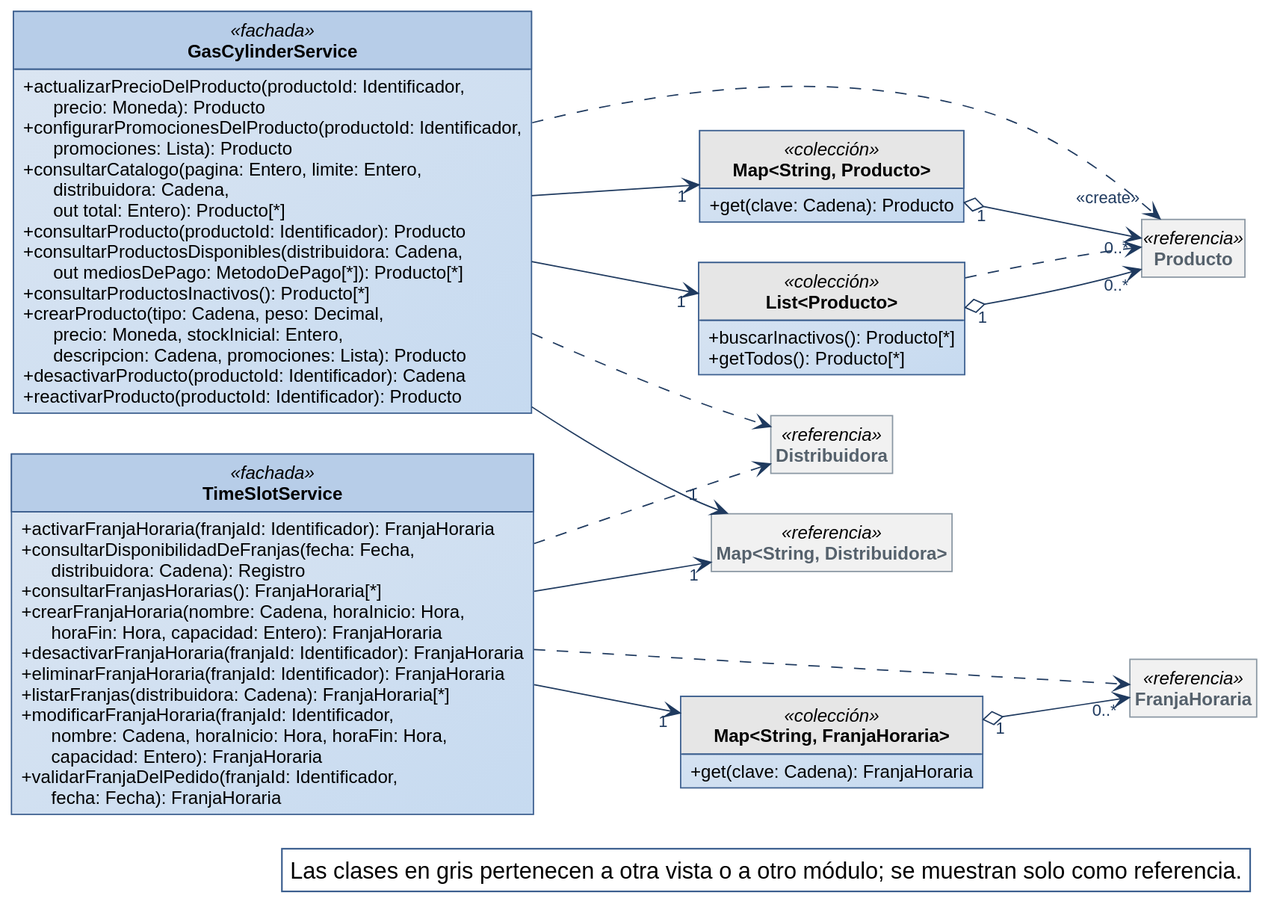
The PlantUML diagram diagramas/clases-diseno/DC_Mod_Productos-y-franjas.svg in Nahuelito-Dev/splg-docs, before a commit. The source it was exported from:
```plantuml
@startuml
!include ../estilo-vp.iuml
skinparam nodesep 40
skinparam ranksep 55
skinparam genericDisplay old
skinparam class<<referencia>> {
  BackgroundColor #F1F1F1
  BorderColor #8A97A3
  FontColor #55616C
}
skinparam class<<fachada>> {
  HeaderBackgroundColor #B7CDE8
}
skinparam class<<controlador>> {
  HeaderBackgroundColor #B7CDE8
}
skinparam class<<fabricación pura>> {
  HeaderBackgroundColor #E4ECF6
}
skinparam class<<colección>> {
  HeaderBackgroundColor #E6E6E6
}
skinparam class<<adaptador>> {
  HeaderBackgroundColor #D5E3F3
}
skinparam packageStyle rectangle
hide circle
hide empty members

left to right direction
skinparam nodesep 25
skinparam ranksep 90
class GasCylinderService <<fachada>> {
  + actualizarPrecioDelProducto(productoId: Identificador,\n      precio: Moneda): Producto
  + configurarPromocionesDelProducto(productoId: Identificador,\n      promociones: Lista): Producto
  + consultarCatalogo(pagina: Entero, limite: Entero,\n      distribuidora: Cadena,\n      out total: Entero): Producto[*]
  + consultarProducto(productoId: Identificador): Producto
  + consultarProductosDisponibles(distribuidora: Cadena,\n      out mediosDePago: MetodoDePago[*]): Producto[*]
  + consultarProductosInactivos(): Producto[*]
  + crearProducto(tipo: Cadena, peso: Decimal,\n      precio: Moneda, stockInicial: Entero,\n      descripcion: Cadena, promociones: Lista): Producto
  + desactivarProducto(productoId: Identificador): Cadena
  + reactivarProducto(productoId: Identificador): Producto
}
class "Map<String, Producto>" as Map_String_Producto <<colección>> {
  + get(clave: Cadena): Producto
}
class "List<Producto>" as List_Producto <<colección>> {
  + buscarInactivos(): Producto[*]
  + getTodos(): Producto[*]
}
class TimeSlotService <<fachada>> {
  + activarFranjaHoraria(franjaId: Identificador): FranjaHoraria
  + consultarDisponibilidadDeFranjas(fecha: Fecha,\n      distribuidora: Cadena): Registro
  + consultarFranjasHorarias(): FranjaHoraria[*]
  + crearFranjaHoraria(nombre: Cadena, horaInicio: Hora,\n      horaFin: Hora, capacidad: Entero): FranjaHoraria
  + desactivarFranjaHoraria(franjaId: Identificador): FranjaHoraria
  + eliminarFranjaHoraria(franjaId: Identificador): FranjaHoraria
  + listarFranjas(distribuidora: Cadena): FranjaHoraria[*]
  + modificarFranjaHoraria(franjaId: Identificador,\n      nombre: Cadena, horaInicio: Hora, horaFin: Hora,\n      capacidad: Entero): FranjaHoraria
  + validarFranjaDelPedido(franjaId: Identificador,\n      fecha: Fecha): FranjaHoraria
}
class "Map<String, FranjaHoraria>" as Map_String_FranjaHoraria <<colección>> {
  + get(clave: Cadena): FranjaHoraria
}
class Producto <<referencia>>
class FranjaHoraria <<referencia>>
class "Map<String, Distribuidora>" as Map_String_Distribuidora <<referencia>>
class Distribuidora <<referencia>>

Map_String_Producto "1" o--> "0..*" Producto
Map_String_FranjaHoraria "1" o--> "0..*" FranjaHoraria
List_Producto "1" o--> "0..*" Producto
GasCylinderService --> "1" List_Producto
GasCylinderService --> "1" Map_String_Distribuidora
GasCylinderService --> "1" Map_String_Producto
TimeSlotService --> "1" Map_String_Distribuidora
TimeSlotService --> "1" Map_String_FranjaHoraria
GasCylinderService ..> Distribuidora
GasCylinderService ..> "<<create>>" Producto
List_Producto ..> Producto
TimeSlotService ..> Distribuidora
TimeSlotService ..> FranjaHoraria

legend bottom right
  Las clases en gris pertenecen a otra vista o a otro módulo; se muestran solo como referencia.
endlegend
@enduml
```
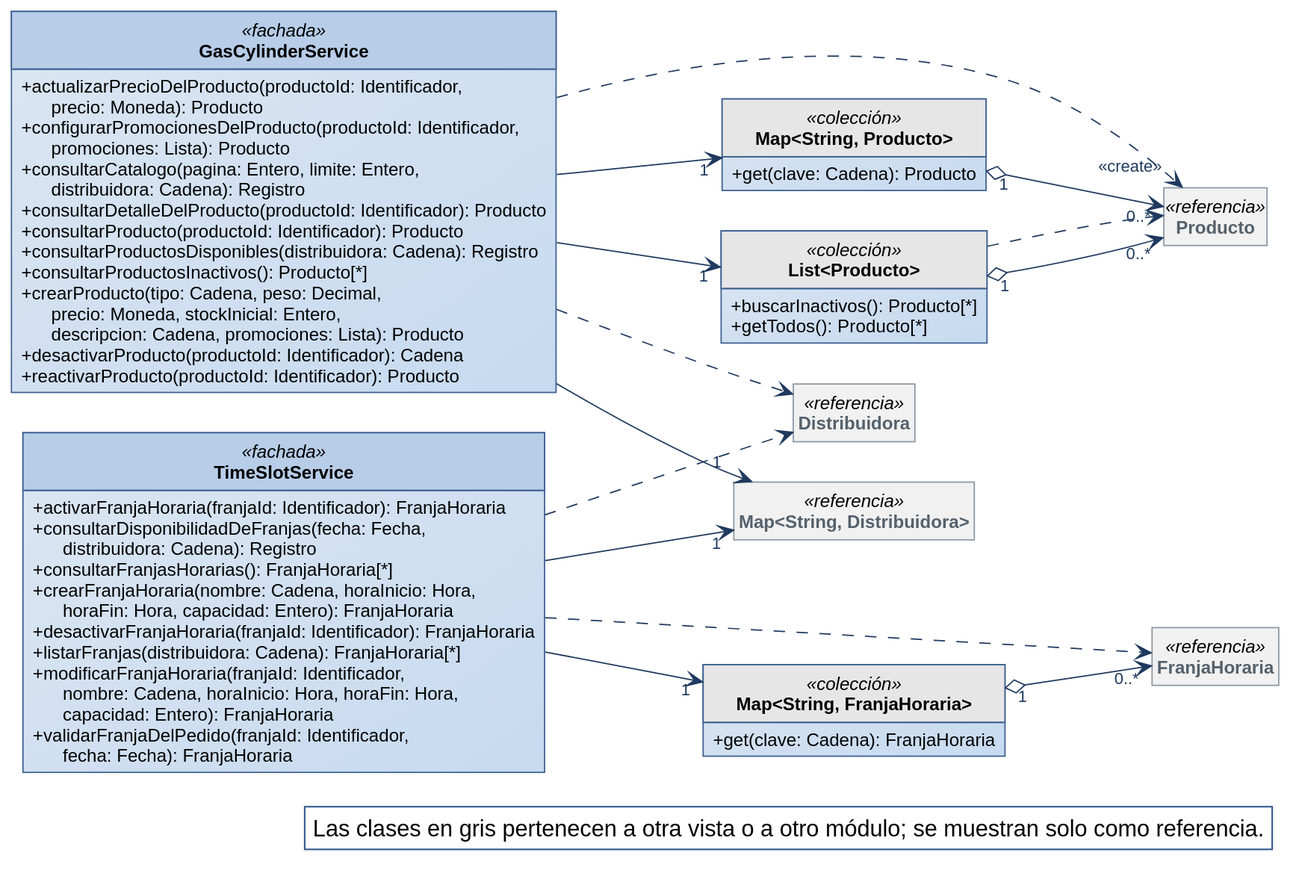
The same file after the commit.

Change to the diagram source:
```diff
@@ -33,9 +33,10 @@
 class GasCylinderService <<fachada>> {
   + actualizarPrecioDelProducto(productoId: Identificador,\n      precio: Moneda): Producto
   + configurarPromocionesDelProducto(productoId: Identificador,\n      promociones: Lista): Producto
-  + consultarCatalogo(pagina: Entero, limite: Entero,\n      distribuidora: Cadena,\n      out total: Entero): Producto[*]
+  + consultarCatalogo(pagina: Entero, limite: Entero,\n      distribuidora: Cadena): Registro
+  + consultarDetalleDelProducto(productoId: Identificador): Producto
   + consultarProducto(productoId: Identificador): Producto
-  + consultarProductosDisponibles(distribuidora: Cadena,\n      out mediosDePago: MetodoDePago[*]): Producto[*]
+  + consultarProductosDisponibles(distribuidora: Cadena): Registro
   + consultarProductosInactivos(): Producto[*]
   + crearProducto(tipo: Cadena, peso: Decimal,\n      precio: Moneda, stockInicial: Entero,\n      descripcion: Cadena, promociones: Lista): Producto
   + desactivarProducto(productoId: Identificador): Cadena
@@ -54,7 +55,6 @@
   + consultarFranjasHorarias(): FranjaHoraria[*]
   + crearFranjaHoraria(nombre: Cadena, horaInicio: Hora,\n      horaFin: Hora, capacidad: Entero): FranjaHoraria
   + desactivarFranjaHoraria(franjaId: Identificador): FranjaHoraria
-  + eliminarFranjaHoraria(franjaId: Identificador): FranjaHoraria
   + listarFranjas(distribuidora: Cadena): FranjaHoraria[*]
   + modificarFranjaHoraria(franjaId: Identificador,\n      nombre: Cadena, horaInicio: Hora, horaFin: Hora,\n      capacidad: Entero): FranjaHoraria
   + validarFranjaDelPedido(franjaId: Identificador,\n      fecha: Fecha): FranjaHoraria
```
